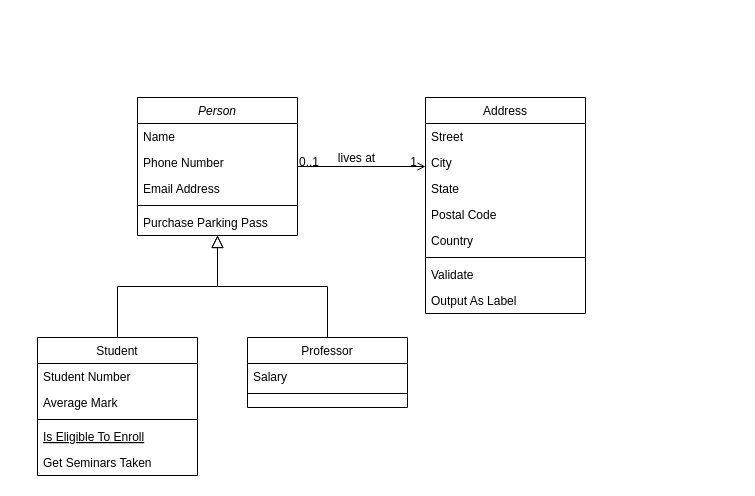
Ankush12-stack/Webdeveloper-_assignment keeps this draw.io diagram as Untitled Diagram.drawio. Above is the earlier version. Source tidied: cells renumbered, new cells numbered last; positions are measured from the earlier drawing's top-left corner, leaving out a move shared by most shapes. Both pictures are drawn from the tidied source at 100%, with x=0, y=0 at pixel (37, 97).
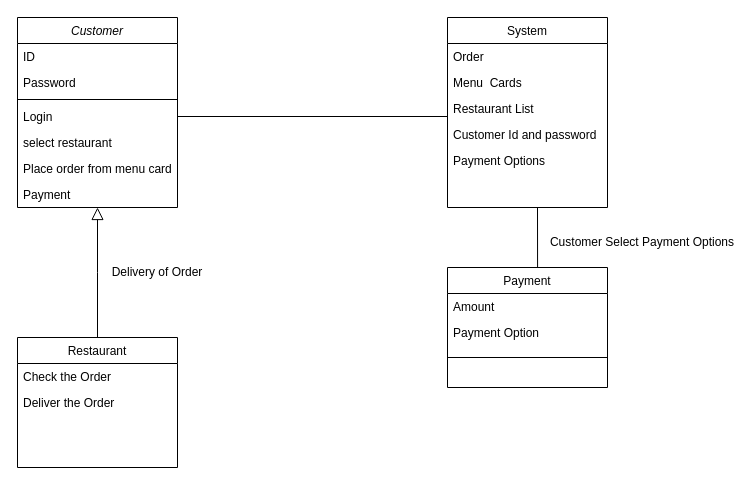
After the change.

What changed in the source:
```diff
@@
-    <mxCell id="2" value="Person" style="swimlane;fontStyle=2;align=center;verticalAlign=top;horizontal=1;startSize=26;rounded=0;shadow=0;strokeWidth=1;" parent="1" vertex="1">
-      <mxGeometry x="100" width="160" height="138" as="geometry" />
+    <mxCell id="2" value="Customer" style="swimlane;fontStyle=2;align=center;verticalAlign=top;horizontal=1;startSize=26;rounded=0;shadow=0;strokeWidth=1;" parent="1" vertex="1">
+      <mxGeometry x="-20" y="-80" width="160" height="190" as="geometry" />
     </mxCell>
-    <mxCell id="3" value="Name" style="text;align=left;verticalAlign=top;spacingLeft=4;spacingRight=4;overflow=hidden;" parent="2" vertex="1">
+    <mxCell id="3" value="ID" style="text;align=left;verticalAlign=top;spacingLeft=4;spacingRight=4;overflow=hidden;" parent="2" vertex="1">
       <mxGeometry y="26" width="160" height="26" as="geometry" />
     </mxCell>
-    <mxCell id="4" value="Phone Number" style="text;align=left;verticalAlign=top;spacingLeft=4;spacingRight=4;overflow=hidden;rounded=0;shadow=0;html=0;" parent="2" vertex="1">
+    <mxCell id="4" value="Password" style="text;align=left;verticalAlign=top;spacingLeft=4;spacingRight=4;overflow=hidden;rounded=0;shadow=0;html=0;" parent="2" vertex="1">
       <mxGeometry y="52" width="160" height="26" as="geometry" />
     </mxCell>
-    <mxCell id="5" value="Email Address" style="text;align=left;verticalAlign=top;spacingLeft=4;spacingRight=4;overflow=hidden;rounded=0;shadow=0;html=0;" parent="2" vertex="1">
-      <mxGeometry y="78" width="160" height="26" as="geometry" />
-    </mxCell>
     <mxCell id="6" style="line;html=1;strokeWidth=1;align=left;verticalAlign=middle;spacingTop=-1;spacingLeft=3;spacingRight=3;labelPosition=right;" parent="2" vertex="1">
-      <mxGeometry y="104" width="160" height="8" as="geometry" />
+      <mxGeometry y="78" width="160" height="8" as="geometry" />
     </mxCell>
-    <mxCell id="7" value="Purchase Parking Pass" style="text;align=left;verticalAlign=top;spacingLeft=4;spacingRight=4;overflow=hidden;points=[[0,0.5],[1,0.5]];portConstraint=eastwest;" parent="2" vertex="1">
-      <mxGeometry y="112" width="160" height="26" as="geometry" />
+    <mxCell id="7" value="Login" style="text;align=left;verticalAlign=top;spacingLeft=4;spacingRight=4;overflow=hidden;points=[[0,0.5],[1,0.5]];portConstraint=eastwest;" parent="2" vertex="1">
+      <mxGeometry y="86" width="160" height="26" as="geometry" />
     </mxCell>
+    <mxCell id="32" value="select restaurant" style="text;align=left;verticalAlign=top;spacingLeft=4;spacingRight=4;overflow=hidden;" parent="2" vertex="1">
+      <mxGeometry y="112" width="160" height="26" as="geometry" />
+    </mxCell>
+    <mxCell id="33" value="Place order from menu card" style="text;align=left;verticalAlign=top;spacingLeft=4;spacingRight=4;overflow=hidden;" parent="2" vertex="1">
+      <mxGeometry y="138" width="160" height="26" as="geometry" />
+    </mxCell>
+    <mxCell id="34" value="Payment" style="text;align=left;verticalAlign=top;spacingLeft=4;spacingRight=4;overflow=hidden;" parent="2" vertex="1">
+      <mxGeometry y="164" width="160" height="26" as="geometry" />
+    </mxCell>
-    <mxCell id="8" value="Student" style="swimlane;fontStyle=0;align=center;verticalAlign=top;horizontal=1;startSize=26;rounded=0;shadow=0;strokeWidth=1;" parent="1" vertex="1">
-      <mxGeometry y="240" width="160" height="138" as="geometry" />
+    <mxCell id="8" value="Restaurant" style="swimlane;fontStyle=0;align=center;verticalAlign=top;horizontal=1;startSize=26;rounded=0;shadow=0;strokeWidth=1;" parent="1" vertex="1">
+      <mxGeometry x="-20" y="240" width="160" height="130" as="geometry" />
     </mxCell>
-    <mxCell id="9" value="Student Number" style="text;align=left;verticalAlign=top;spacingLeft=4;spacingRight=4;overflow=hidden;" parent="8" vertex="1">
+    <mxCell id="9" value="Check the Order" style="text;align=left;verticalAlign=top;spacingLeft=4;spacingRight=4;overflow=hidden;" parent="8" vertex="1">
       <mxGeometry y="26" width="160" height="26" as="geometry" />
     </mxCell>
-    <mxCell id="10" value="Average Mark" style="text;align=left;verticalAlign=top;spacingLeft=4;spacingRight=4;overflow=hidden;rounded=0;shadow=0;html=0;" parent="8" vertex="1">
-      <mxGeometry y="52" width="160" height="26" as="geometry" />
+    <mxCell id="10" value="Deliver the Order" style="text;align=left;verticalAlign=top;spacingLeft=4;spacingRight=4;overflow=hidden;rounded=0;shadow=0;html=0;" parent="8" vertex="1">
+      <mxGeometry y="52" width="160" height="28" as="geometry" />
     </mxCell>
-    <mxCell id="11" style="line;html=1;strokeWidth=1;align=left;verticalAlign=middle;spacingTop=-1;spacingLeft=3;spacingRight=3;labelPosition=right;" parent="8" vertex="1">
-      <mxGeometry y="78" width="160" height="8" as="geometry" />
-    </mxCell>
-    <mxCell id="12" value="Is Eligible To Enroll" style="text;align=left;verticalAlign=top;spacingLeft=4;spacingRight=4;overflow=hidden;fontStyle=4;" parent="8" vertex="1">
-      <mxGeometry y="86" width="160" height="26" as="geometry" />
-    </mxCell>
-    <mxCell id="13" value="Get Seminars Taken" style="text;align=left;verticalAlign=top;spacingLeft=4;spacingRight=4;overflow=hidden;" parent="8" vertex="1">
-      <mxGeometry y="112" width="160" height="26" as="geometry" />
-    </mxCell>
@@
-    <mxCell id="15" value="Professor" style="swimlane;fontStyle=0;align=center;verticalAlign=top;horizontal=1;startSize=26;rounded=0;shadow=0;strokeWidth=1;" parent="1" vertex="1">
-      <mxGeometry x="210" y="240" width="160" height="70" as="geometry" />
+    <mxCell id="15" value="Payment" style="swimlane;fontStyle=0;align=center;verticalAlign=top;horizontal=1;startSize=26;rounded=0;shadow=0;strokeWidth=1;" parent="1" vertex="1">
+      <mxGeometry x="410" y="170" width="160" height="120" as="geometry" />
     </mxCell>
-    <mxCell id="16" value="Salary" style="text;align=left;verticalAlign=top;spacingLeft=4;spacingRight=4;overflow=hidden;" parent="15" vertex="1">
+    <mxCell id="16" value="Amount" style="text;align=left;verticalAlign=top;spacingLeft=4;spacingRight=4;overflow=hidden;" parent="15" vertex="1">
       <mxGeometry y="26" width="160" height="26" as="geometry" />
     </mxCell>
-    <mxCell id="17" style="line;html=1;strokeWidth=1;align=left;verticalAlign=middle;spacingTop=-1;spacingLeft=3;spacingRight=3;labelPosition=right;" parent="15" vertex="1">
-      <mxGeometry y="52" width="160" height="8" as="geometry" />
-    </mxCell>
-    <mxCell id="18" style="endArrow=block;endSize=10;endFill=0;shadow=0;strokeWidth=1;rounded=0;curved=0;edgeStyle=elbowEdgeStyle;elbow=vertical;" parent="1" edge="1" source="15" target="2">
-      <mxGeometry relative="1" as="geometry" />
-    </mxCell>
+    <mxCell id="35" value="Payment Option" style="text;align=left;verticalAlign=top;spacingLeft=4;spacingRight=4;overflow=hidden;" parent="15" vertex="1">
+      <mxGeometry y="52" width="160" height="26" as="geometry" />
+    </mxCell>
-    <mxCell id="19" value="Address" style="swimlane;fontStyle=0;align=center;verticalAlign=top;horizontal=1;startSize=26;rounded=0;shadow=0;strokeWidth=1;" parent="1" vertex="1">
-      <mxGeometry x="388" width="160" height="216" as="geometry" />
+    <mxCell id="19" value="System" style="swimlane;fontStyle=0;align=center;verticalAlign=top;horizontal=1;startSize=26;rounded=0;shadow=0;strokeWidth=1;" parent="1" vertex="1">
+      <mxGeometry x="410" y="-80" width="160" height="190" as="geometry" />
     </mxCell>
-    <mxCell id="20" value="Street" style="text;align=left;verticalAlign=top;spacingLeft=4;spacingRight=4;overflow=hidden;" parent="19" vertex="1">
+    <mxCell id="20" value="Order" style="text;align=left;verticalAlign=top;spacingLeft=4;spacingRight=4;overflow=hidden;" parent="19" vertex="1">
       <mxGeometry y="26" width="160" height="26" as="geometry" />
     </mxCell>
-    <mxCell id="21" value="City" style="text;align=left;verticalAlign=top;spacingLeft=4;spacingRight=4;overflow=hidden;rounded=0;shadow=0;html=0;" parent="19" vertex="1">
+    <mxCell id="21" value="Menu  Cards" style="text;align=left;verticalAlign=top;spacingLeft=4;spacingRight=4;overflow=hidden;rounded=0;shadow=0;html=0;" parent="19" vertex="1">
       <mxGeometry y="52" width="160" height="26" as="geometry" />
     </mxCell>
-    <mxCell id="22" value="State" style="text;align=left;verticalAlign=top;spacingLeft=4;spacingRight=4;overflow=hidden;rounded=0;shadow=0;html=0;" parent="19" vertex="1">
+    <mxCell id="22" value="Restaurant List" style="text;align=left;verticalAlign=top;spacingLeft=4;spacingRight=4;overflow=hidden;rounded=0;shadow=0;html=0;" parent="19" vertex="1">
       <mxGeometry y="78" width="160" height="26" as="geometry" />
     </mxCell>
-    <mxCell id="23" value="Postal Code" style="text;align=left;verticalAlign=top;spacingLeft=4;spacingRight=4;overflow=hidden;rounded=0;shadow=0;html=0;" parent="19" vertex="1">
+    <mxCell id="23" value="Customer Id and password" style="text;align=left;verticalAlign=top;spacingLeft=4;spacingRight=4;overflow=hidden;rounded=0;shadow=0;html=0;" parent="19" vertex="1">
       <mxGeometry y="104" width="160" height="26" as="geometry" />
     </mxCell>
-    <mxCell id="24" value="Country" style="text;align=left;verticalAlign=top;spacingLeft=4;spacingRight=4;overflow=hidden;rounded=0;shadow=0;html=0;" parent="19" vertex="1">
+    <mxCell id="24" value="Payment Options" style="text;align=left;verticalAlign=top;spacingLeft=4;spacingRight=4;overflow=hidden;rounded=0;shadow=0;html=0;" parent="19" vertex="1">
       <mxGeometry y="130" width="160" height="26" as="geometry" />
     </mxCell>
-    <mxCell id="25" style="line;html=1;strokeWidth=1;align=left;verticalAlign=middle;spacingTop=-1;spacingLeft=3;spacingRight=3;labelPosition=right;" parent="19" vertex="1">
-      <mxGeometry y="156" width="160" height="8" as="geometry" />
-    </mxCell>
-    <mxCell id="26" value="Validate" style="text;align=left;verticalAlign=top;spacingLeft=4;spacingRight=4;overflow=hidden;" parent="19" vertex="1">
-      <mxGeometry y="164" width="160" height="26" as="geometry" />
-    </mxCell>
-    <mxCell id="27" value="Output As Label" style="text;align=left;verticalAlign=top;spacingLeft=4;spacingRight=4;overflow=hidden;" parent="19" vertex="1">
-      <mxGeometry y="190" width="160" height="26" as="geometry" />
-    </mxCell>
-    <mxCell id="28" style="endArrow=open;shadow=0;strokeWidth=1;rounded=0;curved=0;endFill=1;edgeStyle=elbowEdgeStyle;elbow=vertical;" parent="1" edge="1" source="2" target="19">
-      <mxGeometry x="0.5" y="41" relative="1" as="geometry">
-        <mxPoint x="-40" y="32" as="offset" />
-      </mxGeometry>
-    </mxCell>
-    <mxCell id="29" value="0..1" style="align=left;verticalAlign=bottom;labelBackgroundColor=none;fontSize=12;" parent="28" vertex="1">
-      <mxGeometry x="-1" relative="1" as="geometry">
-        <mxPoint y="4" as="offset" />
-      </mxGeometry>
-    </mxCell>
-    <mxCell id="30" value="1" style="align=right;verticalAlign=bottom;labelBackgroundColor=none;fontSize=12;" parent="28" vertex="1">
-      <mxGeometry x="1" relative="1" as="geometry">
-        <mxPoint x="-7" y="4" as="offset" />
-      </mxGeometry>
-    </mxCell>
-    <mxCell id="31" value="lives at" style="text;html=1;align=center;verticalAlign=middle;labelBackgroundColor=none;rounded=0;shadow=0;strokeWidth=1;fontSize=12;" parent="28" vertex="1">
-      <mxGeometry x="0.5" y="49" relative="1" as="geometry">
-        <mxPoint x="-38" y="40" as="offset" />
-      </mxGeometry>
-    </mxCell>
+    <mxCell id="36" value="Delivery of Order" style="text;html=1;align=center;verticalAlign=middle;whiteSpace=wrap;rounded=0;" parent="1" vertex="1">
+      <mxGeometry x="70" y="160" width="100" height="30" as="geometry" />
+    </mxCell>
+    <mxCell id="37" style="endArrow=none;html=1;rounded=0;exitX=1;exitY=0.5;exitDx=0;exitDy=0;" parent="1" edge="1" source="7">
+      <mxGeometry relative="1" as="geometry">
+        <mxPoint x="410" y="19" as="targetPoint" />
+      </mxGeometry>
+    </mxCell>
+    <mxCell id="38" style="endArrow=none;html=1;rounded=0;exitX=0.563;exitY=0;exitDx=0;exitDy=0;exitPerimeter=0;" parent="1" edge="1" source="15">
+      <mxGeometry relative="1" as="geometry">
+        <mxPoint x="500" y="110" as="targetPoint" />
+      </mxGeometry>
+    </mxCell>
+    <mxCell id="39" style="endArrow=none;html=1;rounded=0;exitX=0;exitY=0.75;exitDx=0;exitDy=0;entryX=1;entryY=0.75;entryDx=0;entryDy=0;" parent="1" edge="1" source="15" target="15">
+      <mxGeometry relative="1" as="geometry" />
+    </mxCell>
+    <mxCell id="40" value="Customer Select Payment Options" style="text;html=1;align=center;verticalAlign=middle;whiteSpace=wrap;rounded=0;" parent="1" vertex="1">
+      <mxGeometry x="510" y="130" width="190" height="30" as="geometry" />
+    </mxCell>
```
